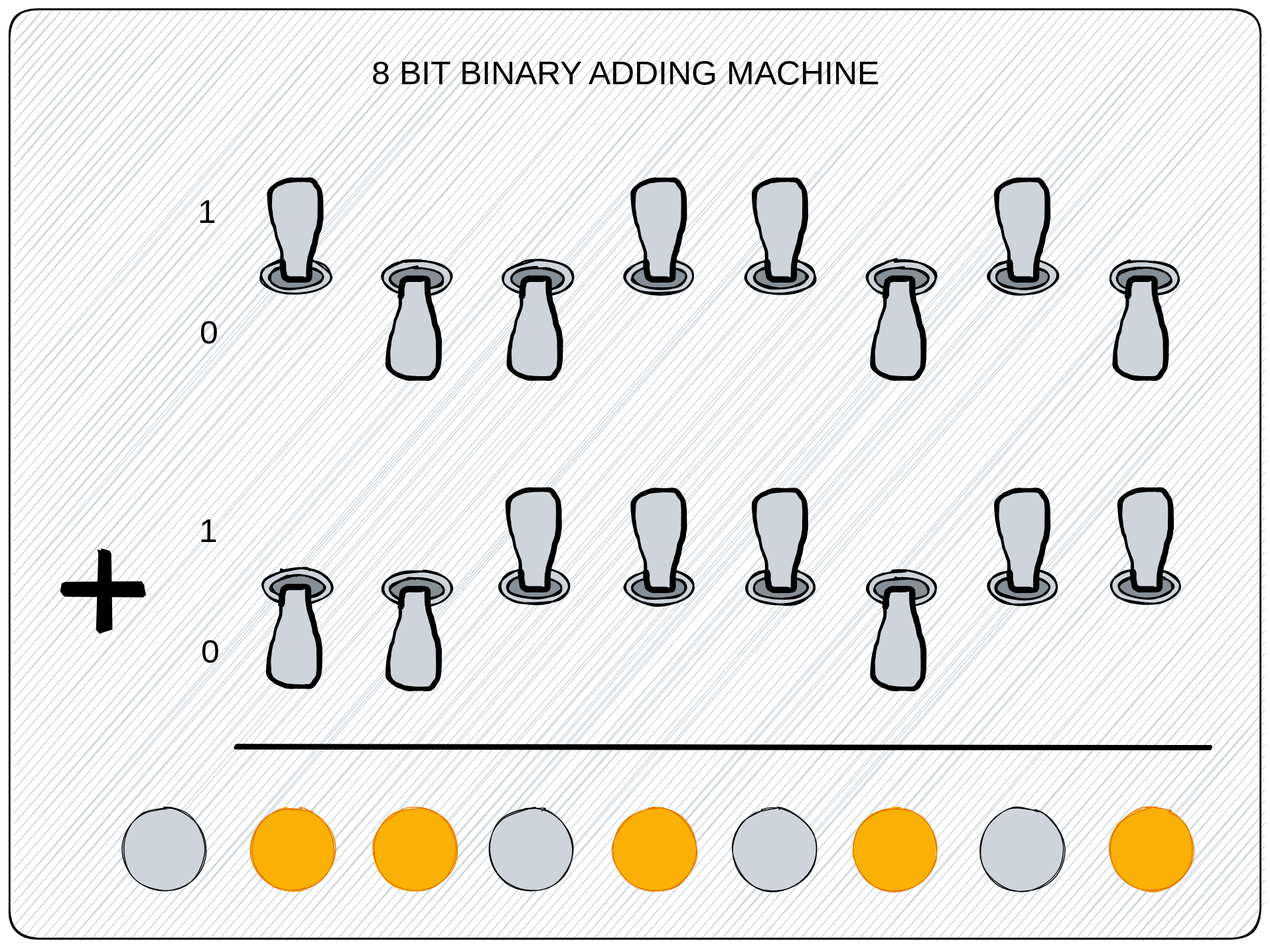
The Excalidraw diagram .gitbook/assets/file.excalidraw (2).svg in winf-hsos/winf-docs, before a commit. Source tidied: one line per element, renumbered; positions are measured from the earlier drawing's top-left corner, leaving out a move shared by most shapes.
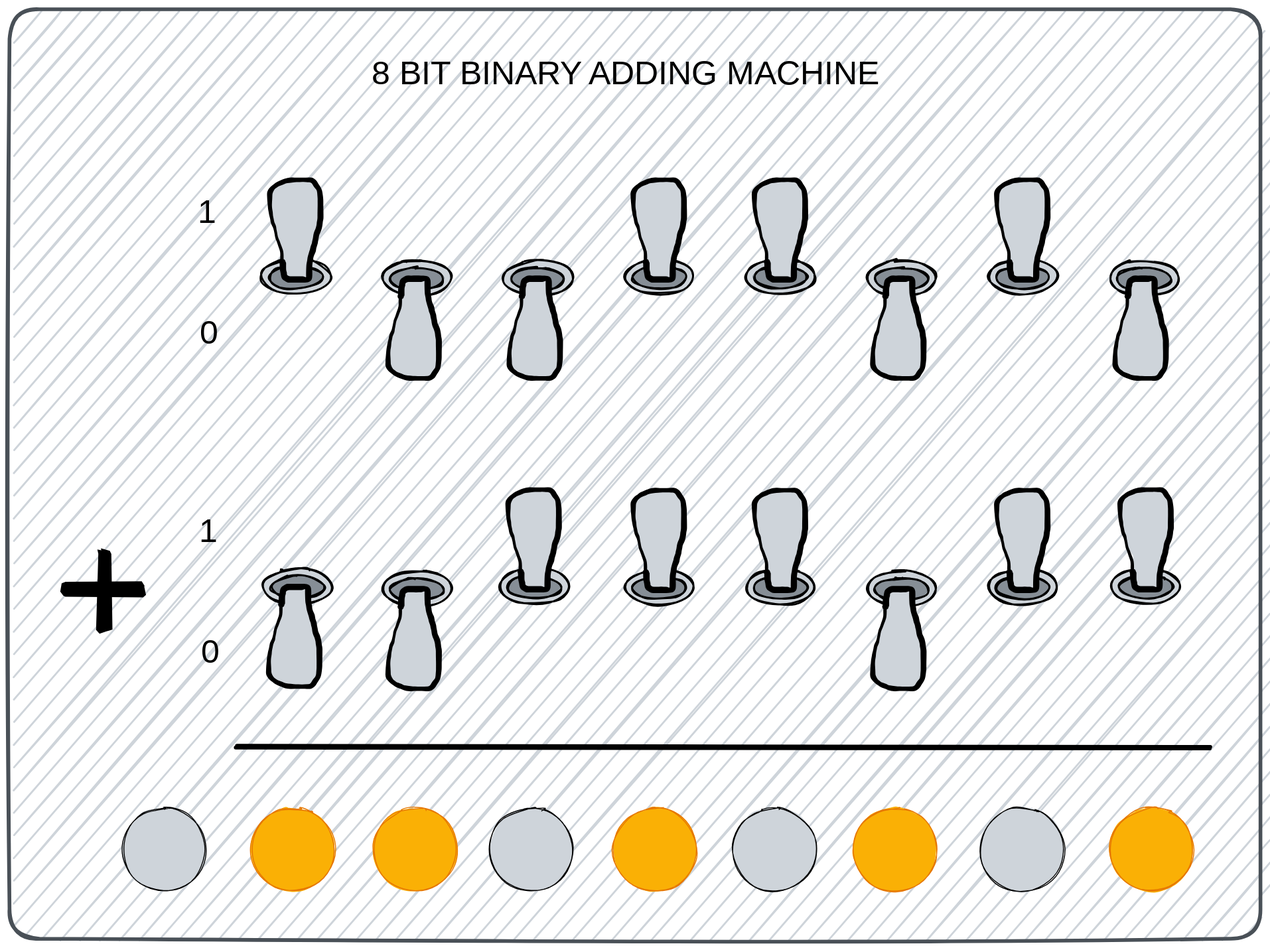
After the commit.

Commit message:
GITBOOK-1674: change request with no subject merged in GitBook

Change to the diagram source:
```diff
@@ -1,4 +1,4 @@
-{"id": 0, "type": "rectangle", "strokeColor": "#000000", "backgroundColor": "#ced4da", "fillStyle": "hachure", "strokeWidth": 2, "roughness": 1, "round": true, "x": 0, "y": 0, "width": 1347, "height": 1001}
+{"id": 0, "type": "rectangle", "strokeColor": "#495057", "backgroundColor": "#ced4da", "fillStyle": "hachure", "strokeWidth": 4, "roughness": 1, "round": true, "x": 0, "y": 0, "width": 1347, "height": 1001}
 {"id": 1, "type": "ellipse", "strokeColor": "#000000", "backgroundColor": "#ced4da", "fillStyle": "solid", "strokeWidth": 2, "roughness": 1, "round": true, "x": 271, "y": 268, "width": 74, "height": 38}
 {"id": 2, "type": "ellipse", "strokeColor": "#000000", "backgroundColor": "#868e96", "fillStyle": "solid", "strokeWidth": 2, "roughness": 1, "round": true, "x": 279, "y": 277, "width": 58, "height": 24}
 {"id": 3, "type": "freedraw", "strokeColor": "#000000", "backgroundColor": "#ced4da", "fillStyle": "solid", "strokeWidth": 1, "roughness": 1, "x": 293, "y": 274, "width": 55, "height": 107, "points": [[0, 0], [0, -14], [-8, -39], [-12, -55], [-13, -68], [-13, -77], [-1, -87], [8, -90], [27, -90], [35, -87], [41, -77], [42, -67], [42, -57], [42, -47], [39, -36], [36, -25], [33, -16], [30, -7], [29, 4], [29, 10], [27, 17], [20, 17], [11, 17], [4, 15], [1, 8], [1, 1], [0, 0]]}
```
